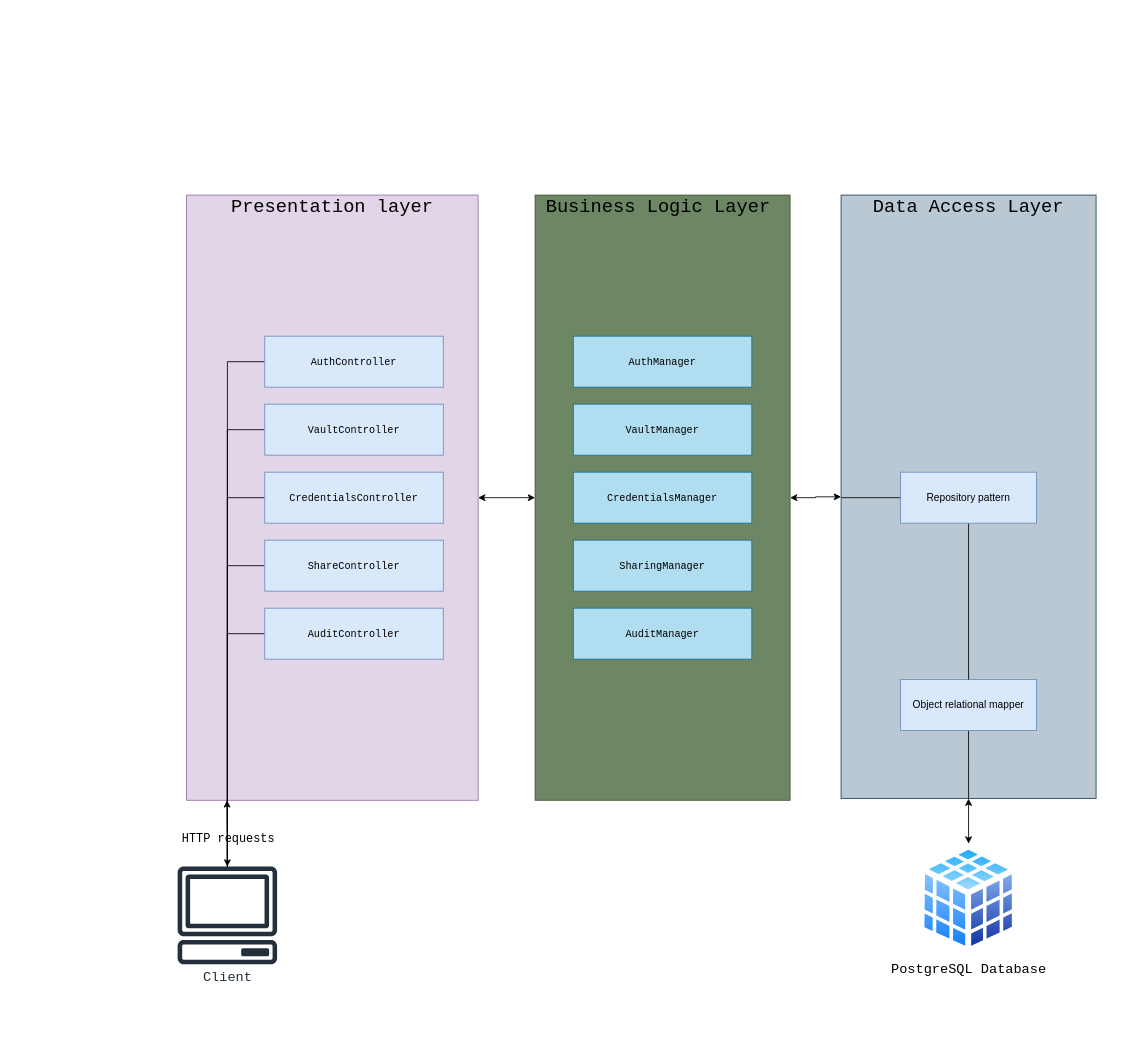
Above: diagrams/ArchitectureDiagram.drawio in pop9459/DataProcessing-PassMan (draw.io), before the change. Source tidied: cells renumbered, new cells numbered last; positions are measured from the earlier drawing's top-left corner, leaving out a move shared by most shapes. Both pictures are drawn from the tidied source at 85%, with x=0, y=0 at pixel (177, 195).
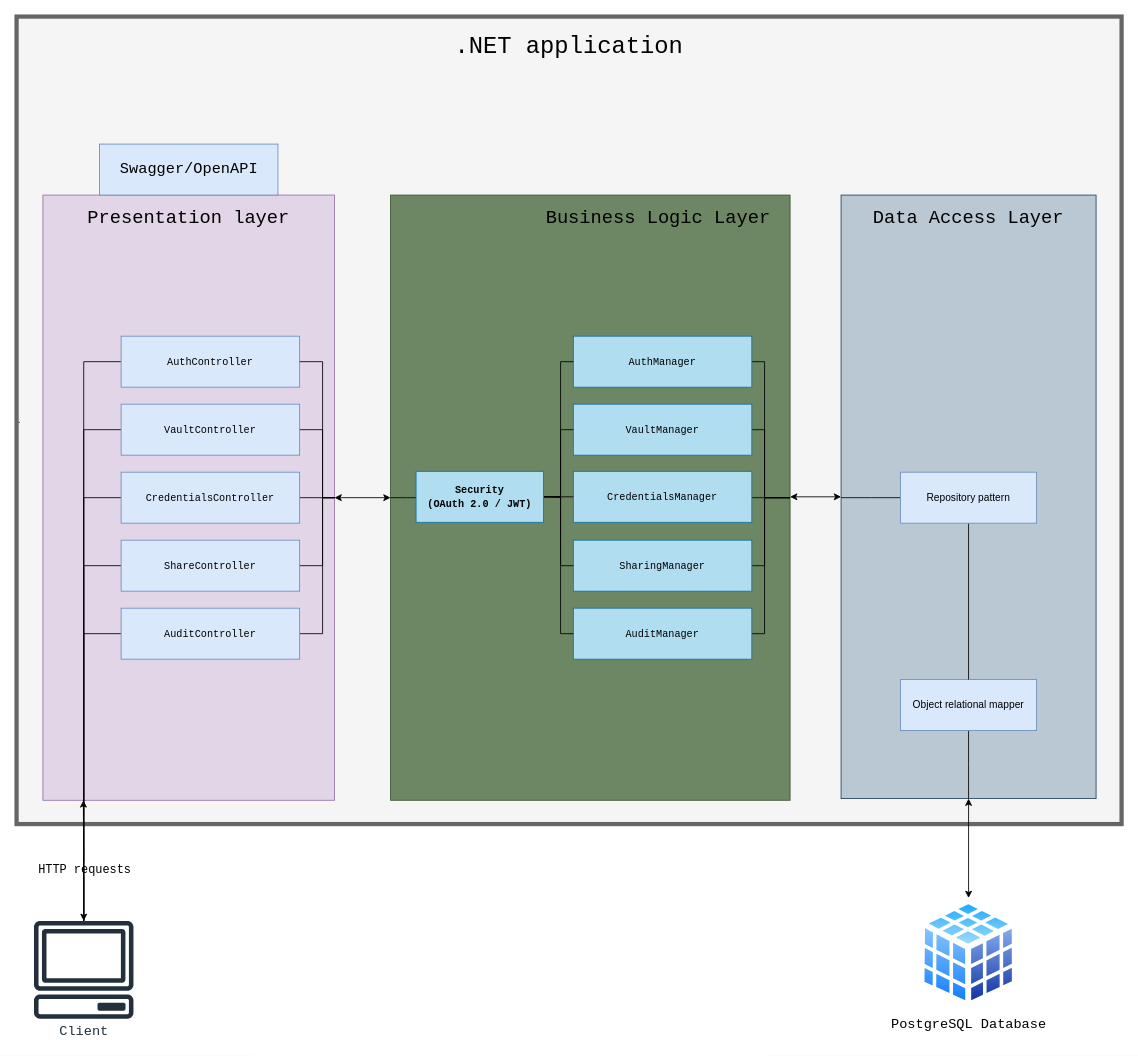
After the change.

Commit message:
added security + finalizations

Unchanged cells that the change refers to:
```xml
<mxCell id="20" value="&lt;font face=&quot;Courier New&quot;&gt;AuthManager&lt;/font&gt;" style="rounded=0;whiteSpace=wrap;html=1;fillColor=#b1ddf0;strokeColor=#10739e;" parent="1" vertex="1">
  <mxGeometry x="466" y="166" width="210" height="60" as="geometry" />
</mxCell>
<mxCell id="21" value="&lt;font face=&quot;Courier New&quot;&gt;VaultManager&lt;/font&gt;" style="rounded=0;whiteSpace=wrap;html=1;fillColor=#b1ddf0;strokeColor=#10739e;" parent="1" vertex="1">
  <mxGeometry x="466" y="246" width="210" height="60" as="geometry" />
</mxCell>
<mxCell id="24" value="&lt;h1&gt;&lt;br&gt;&lt;/h1&gt;" style="rounded=0;whiteSpace=wrap;html=1;align=left;fillColor=#bac8d3;strokeColor=#23445d;" parent="1" vertex="1">
  <mxGeometry x="781" width="300" height="710" as="geometry" />
</mxCell>
<mxCell id="26" value="&lt;div&gt;&lt;font face=&quot;Courier New&quot;&gt;AuditManager&lt;/font&gt;&lt;/div&gt;" style="rounded=0;whiteSpace=wrap;html=1;fillColor=#b1ddf0;strokeColor=#10739e;" parent="1" vertex="1">
  <mxGeometry x="466" y="486" width="210" height="60" as="geometry" />
</mxCell>
<mxCell id="27" value="&lt;div&gt;&lt;font face=&quot;Courier New&quot;&gt;SharingManager&lt;/font&gt;&lt;/div&gt;" style="rounded=0;whiteSpace=wrap;html=1;fillColor=#b1ddf0;strokeColor=#10739e;" parent="1" vertex="1">
  <mxGeometry x="466" y="406" width="210" height="60" as="geometry" />
</mxCell>
```

The edit, as a diff of the source:
```diff
@@
+    <mxCell id="35" value="." style="rounded=0;whiteSpace=wrap;html=1;align=left;fillColor=#f5f5f5;strokeColor=#666666;fontColor=#333333;strokeWidth=5;" parent="1" vertex="1">
+      <mxGeometry x="-189" y="-210" width="1300" height="950" as="geometry" />
+    </mxCell>
     <mxCell id="2" style="edgeStyle=orthogonalEdgeStyle;rounded=0;jettySize=auto;html=1;startArrow=classic;startFill=1;entryX=0.2;entryY=1;entryDx=0;entryDy=0;entryPerimeter=0;" parent="1" edge="1" source="4">
       <mxGeometry relative="1" as="geometry">
-        <mxPoint x="58.6" y="712" as="targetPoint" />
+        <mxPoint x="-110.4" y="712" as="targetPoint" />
       </mxGeometry>
     </mxCell>
@@
     <mxCell id="4" value="&lt;div&gt;&lt;font style=&quot;font-size: 16px;&quot;&gt;Client&lt;/font&gt;&lt;/div&gt;" style="sketch=0;outlineConnect=0;fontColor=#232F3E;gradientColor=none;fillColor=#232F3D;strokeColor=none;dashed=0;verticalLabelPosition=bottom;verticalAlign=top;align=center;html=1;fontSize=12;fontStyle=0;shape=mxgraph.aws4.client;fontFamily=Courier New;" parent="1" vertex="1">
-      <mxGeometry y="790" width="118" height="115" as="geometry" />
+      <mxGeometry x="-169" y="854" width="118" height="115" as="geometry" />
     </mxCell>
@@
     <mxCell id="6" value="&lt;h1&gt;&lt;br&gt;&lt;/h1&gt;" style="rounded=0;whiteSpace=wrap;html=1;align=left;fillColor=#e1d5e7;strokeColor=#9673a6;" parent="1" vertex="1">
-      <mxGeometry x="11" width="343" height="712" as="geometry" />
+      <mxGeometry x="-158" width="343" height="712" as="geometry" />
     </mxCell>
     <mxCell id="7" value="&lt;font face=&quot;Courier New&quot; style=&quot;font-size: 22px;&quot;&gt;Presentation layer&lt;/font&gt;" style="text;html=1;whiteSpace=wrap;strokeColor=none;fillColor=none;align=center;verticalAlign=middle;rounded=0;" parent="1" vertex="1">
-      <mxGeometry x="11" width="343" height="30" as="geometry" />
+      <mxGeometry x="-158" y="13" width="343" height="30" as="geometry" />
     </mxCell>
     <mxCell id="8" style="edgeStyle=orthogonalEdgeStyle;rounded=0;jettySize=auto;html=1;endArrow=none;endFill=0;" parent="1" edge="1" source="9" target="4">
       <mxGeometry relative="1" as="geometry">
         <Array as="points">
-          <mxPoint x="59" y="196" />
+          <mxPoint x="-110" y="196" />
         </Array>
       </mxGeometry>
     </mxCell>
     <mxCell id="9" value="&lt;font face=&quot;Courier New&quot;&gt;AuthController&lt;/font&gt;" style="rounded=0;whiteSpace=wrap;html=1;fillColor=#dae8fc;strokeColor=#6c8ebf;" parent="1" vertex="1">
-      <mxGeometry x="103" y="166" width="210" height="60" as="geometry" />
+      <mxGeometry x="-66" y="166" width="210" height="60" as="geometry" />
     </mxCell>
     <mxCell id="10" style="edgeStyle=orthogonalEdgeStyle;rounded=0;jettySize=auto;html=1;endArrow=none;endFill=0;" parent="1" edge="1" source="11" target="4">
       <mxGeometry relative="1" as="geometry">
         <Array as="points">
-          <mxPoint x="59" y="276" />
+          <mxPoint x="-110" y="276" />
         </Array>
       </mxGeometry>
     </mxCell>
+    <mxCell id="36" style="edgeStyle=orthogonalEdgeStyle;rounded=0;jettySize=auto;html=1;entryX=1;entryY=0.5;entryDx=0;entryDy=0;endArrow=none;endFill=0;" parent="1" edge="1" source="11" target="6">
+      <mxGeometry relative="1" as="geometry">
+        <Array as="points">
+          <mxPoint x="171" y="276" />
+          <mxPoint x="171" y="356" />
+        </Array>
+      </mxGeometry>
+    </mxCell>
     <mxCell id="11" value="&lt;font face=&quot;Courier New&quot;&gt;VaultController&lt;/font&gt;" style="rounded=0;whiteSpace=wrap;html=1;fillColor=#dae8fc;strokeColor=#6c8ebf;" parent="1" vertex="1">
-      <mxGeometry x="103" y="246" width="210" height="60" as="geometry" />
+      <mxGeometry x="-66" y="246" width="210" height="60" as="geometry" />
     </mxCell>
     <mxCell id="12" style="edgeStyle=orthogonalEdgeStyle;rounded=0;jettySize=auto;html=1;endArrow=none;endFill=0;" parent="1" edge="1" source="13" target="4">
       <mxGeometry relative="1" as="geometry">
         <Array as="points">
-          <mxPoint x="59" y="356" />
+          <mxPoint x="-110" y="356" />
         </Array>
       </mxGeometry>
     </mxCell>
+    <mxCell id="37" style="edgeStyle=orthogonalEdgeStyle;rounded=0;jettySize=auto;html=1;entryX=1;entryY=0.5;entryDx=0;entryDy=0;endArrow=none;endFill=0;" parent="1" edge="1" source="13" target="6">
+      <mxGeometry relative="1" as="geometry">
+        <Array as="points">
+          <mxPoint x="161" y="356" />
+          <mxPoint x="161" y="356" />
+        </Array>
+      </mxGeometry>
+    </mxCell>
     <mxCell id="13" value="&lt;font face=&quot;Courier New&quot;&gt;CredentialsController&lt;/font&gt;" style="rounded=0;whiteSpace=wrap;html=1;fillColor=#dae8fc;strokeColor=#6c8ebf;" parent="1" vertex="1">
-      <mxGeometry x="103" y="326" width="210" height="60" as="geometry" />
+      <mxGeometry x="-66" y="326" width="210" height="60" as="geometry" />
     </mxCell>
     <mxCell id="14" style="edgeStyle=orthogonalEdgeStyle;rounded=0;jettySize=auto;html=1;endArrow=none;endFill=0;" parent="1" edge="1" source="15" target="4">
       <mxGeometry relative="1" as="geometry">
         <Array as="points">
-          <mxPoint x="59" y="436" />
+          <mxPoint x="-110" y="436" />
         </Array>
       </mxGeometry>
     </mxCell>
+    <mxCell id="38" style="edgeStyle=orthogonalEdgeStyle;rounded=0;jettySize=auto;html=1;entryX=1;entryY=0.5;entryDx=0;entryDy=0;endArrow=none;endFill=0;" parent="1" edge="1" source="15" target="6">
+      <mxGeometry relative="1" as="geometry">
+        <Array as="points">
+          <mxPoint x="171" y="436" />
+          <mxPoint x="171" y="356" />
+        </Array>
+      </mxGeometry>
+    </mxCell>
     <mxCell id="15" value="&lt;font face=&quot;Courier New&quot;&gt;ShareController&lt;/font&gt;" style="rounded=0;whiteSpace=wrap;html=1;fillColor=#dae8fc;strokeColor=#6c8ebf;" parent="1" vertex="1">
-      <mxGeometry x="103" y="406" width="210" height="60" as="geometry" />
+      <mxGeometry x="-66" y="406" width="210" height="60" as="geometry" />
     </mxCell>
     <mxCell id="16" style="edgeStyle=orthogonalEdgeStyle;rounded=0;jettySize=auto;html=1;endArrow=none;endFill=0;" parent="1" edge="1" source="17" target="4">
       <mxGeometry relative="1" as="geometry">
         <Array as="points">
-          <mxPoint x="59" y="516" />
+          <mxPoint x="-110" y="516" />
         </Array>
       </mxGeometry>
     </mxCell>
+    <mxCell id="39" style="edgeStyle=orthogonalEdgeStyle;rounded=0;jettySize=auto;html=1;entryX=1;entryY=0.5;entryDx=0;entryDy=0;endArrow=none;endFill=0;" parent="1" edge="1" source="17" target="6">
+      <mxGeometry relative="1" as="geometry">
+        <Array as="points">
+          <mxPoint x="171" y="516" />
+          <mxPoint x="171" y="356" />
+        </Array>
+      </mxGeometry>
+    </mxCell>
     <mxCell id="17" value="&lt;font face=&quot;Courier New&quot;&gt;AuditController&lt;/font&gt;" style="rounded=0;whiteSpace=wrap;html=1;fillColor=#dae8fc;strokeColor=#6c8ebf;" parent="1" vertex="1">
-      <mxGeometry x="103" y="486" width="210" height="60" as="geometry" />
+      <mxGeometry x="-66" y="486" width="210" height="60" as="geometry" />
     </mxCell>
     <mxCell id="18" value="&lt;h1&gt;&lt;br&gt;&lt;/h1&gt;" style="rounded=0;whiteSpace=wrap;html=1;align=left;fillColor=#6d8764;fontColor=#ffffff;strokeColor=#3A5431;" parent="1" vertex="1">
-      <mxGeometry x="421" width="300" height="712" as="geometry" />
+      <mxGeometry x="251" width="470" height="712" as="geometry" />
     </mxCell>
     <mxCell id="19" value="&lt;font face=&quot;Courier New&quot; style=&quot;font-size: 22px;&quot;&gt;Business Logic Layer&lt;/font&gt;" style="text;html=1;whiteSpace=wrap;strokeColor=none;fillColor=none;align=center;verticalAlign=middle;rounded=0;" parent="1" vertex="1">
-      <mxGeometry x="421" width="290" height="30" as="geometry" />
+      <mxGeometry x="421" y="13" width="290" height="30" as="geometry" />
     </mxCell>
+    <mxCell id="40" style="edgeStyle=orthogonalEdgeStyle;rounded=0;jettySize=auto;html=1;entryX=1;entryY=0.5;entryDx=0;entryDy=0;endArrow=none;endFill=0;" parent="1" edge="1" source="20" target="18">
+      <mxGeometry relative="1" as="geometry">
+        <Array as="points">
+          <mxPoint x="691" y="196" />
+          <mxPoint x="691" y="356" />
+        </Array>
+      </mxGeometry>
+    </mxCell>
@@
+    <mxCell id="41" style="edgeStyle=orthogonalEdgeStyle;rounded=0;jettySize=auto;html=1;entryX=1;entryY=0.5;entryDx=0;entryDy=0;endArrow=none;endFill=0;" parent="1" edge="1" source="21" target="18">
+      <mxGeometry relative="1" as="geometry">
+        <Array as="points">
+          <mxPoint x="691" y="276" />
+          <mxPoint x="691" y="356" />
+        </Array>
+      </mxGeometry>
+    </mxCell>
@@
     <mxCell id="22" style="edgeStyle=orthogonalEdgeStyle;rounded=0;jettySize=auto;html=1;startArrow=classic;startFill=1;" parent="1" edge="1" source="24" target="18">
-      <mxGeometry relative="1" as="geometry" />
+      <mxGeometry relative="1" as="geometry">
+        <Array as="points">
+          <mxPoint x="741" y="355" />
+          <mxPoint x="741" y="355" />
+        </Array>
+      </mxGeometry>
     </mxCell>
@@
+    <mxCell id="42" style="edgeStyle=orthogonalEdgeStyle;rounded=0;jettySize=auto;html=1;entryX=1;entryY=0.5;entryDx=0;entryDy=0;endArrow=none;endFill=0;" parent="1" edge="1" source="25" target="18">
+      <mxGeometry relative="1" as="geometry">
+        <Array as="points">
+          <mxPoint x="651" y="356" />
+          <mxPoint x="651" y="356" />
+        </Array>
+      </mxGeometry>
+    </mxCell>
     <mxCell id="25" value="&lt;font face=&quot;Courier New&quot;&gt;CredentialsManager&lt;/font&gt;" style="rounded=0;whiteSpace=wrap;html=1;fillColor=#b1ddf0;strokeColor=#10739e;" parent="1" vertex="1">
-      <mxGeometry x="466" y="326" width="210" height="60" as="geometry" />
+      <mxGeometry x="466" y="325" width="210" height="60" as="geometry" />
     </mxCell>
+    <mxCell id="43" style="edgeStyle=orthogonalEdgeStyle;rounded=0;jettySize=auto;html=1;entryX=1;entryY=0.5;entryDx=0;entryDy=0;endArrow=none;endFill=0;" parent="1" edge="1" source="26" target="18">
+      <mxGeometry relative="1" as="geometry">
+        <Array as="points">
+          <mxPoint x="691" y="516" />
+          <mxPoint x="691" y="356" />
+        </Array>
+      </mxGeometry>
+    </mxCell>
@@
+    <mxCell id="44" style="edgeStyle=orthogonalEdgeStyle;rounded=0;jettySize=auto;html=1;entryX=1;entryY=0.5;entryDx=0;entryDy=0;endArrow=none;endFill=0;" parent="1" edge="1" source="27" target="18">
+      <mxGeometry relative="1" as="geometry">
+        <Array as="points">
+          <mxPoint x="691" y="436" />
+          <mxPoint x="691" y="356" />
+        </Array>
+      </mxGeometry>
+    </mxCell>
@@
     <mxCell id="28" value="&lt;font face=&quot;Courier New&quot; style=&quot;font-size: 22px;&quot;&gt;Data Access Layer&lt;/font&gt;" style="text;html=1;whiteSpace=wrap;strokeColor=none;fillColor=none;align=center;verticalAlign=middle;rounded=0;" parent="1" vertex="1">
-      <mxGeometry x="781" width="300" height="30" as="geometry" />
+      <mxGeometry x="781" y="13" width="300" height="30" as="geometry" />
     </mxCell>
     <mxCell id="29" value="&lt;font face=&quot;Courier New&quot; style=&quot;font-size: 16px;&quot;&gt;PostgreSQL Database&lt;/font&gt;" style="image;perimeter=ellipsePerimeter;html=1;align=center;shadow=0;dashed=0;spacingTop=3;image=img/lib/active_directory/database_cube.svg;" parent="1" vertex="1">
-      <mxGeometry x="872.5" y="763" width="117" height="130" as="geometry" />
+      <mxGeometry x="872.5" y="827" width="117" height="130" as="geometry" />
     </mxCell>
@@
+    <mxCell id="45" value="&lt;font style=&quot;font-size: 28px;&quot; face=&quot;Courier New&quot;&gt;.NET&lt;/font&gt;&lt;font style=&quot;font-size: 28px;&quot; face=&quot;Courier New&quot;&gt;&amp;nbsp;application&lt;/font&gt;" style="text;html=1;whiteSpace=wrap;strokeColor=none;fillColor=none;align=center;verticalAlign=middle;rounded=0;" parent="1" vertex="1">
+      <mxGeometry x="-189" y="-190" width="1300" height="30" as="geometry" />
+    </mxCell>
+    <mxCell id="46" value="&lt;font face=&quot;Courier New&quot; style=&quot;font-size: 18px;&quot;&gt;Swagger/OpenAPI&lt;/font&gt;" style="rounded=0;whiteSpace=wrap;html=1;fillColor=#dae8fc;strokeColor=#6c8ebf;" parent="1" vertex="1">
+      <mxGeometry x="-91.5" y="-60" width="210" height="60" as="geometry" />
+    </mxCell>
+    <mxCell id="47" style="edgeStyle=orthogonalEdgeStyle;rounded=0;jettySize=auto;html=1;entryX=1;entryY=0.5;entryDx=0;entryDy=0;endArrow=none;endFill=0;" parent="1" edge="1" source="9" target="6">
+      <mxGeometry relative="1" as="geometry">
+        <Array as="points">
+          <mxPoint x="171" y="196" />
+          <mxPoint x="171" y="356" />
+        </Array>
+      </mxGeometry>
+    </mxCell>
+    <mxCell id="48" style="edgeStyle=orthogonalEdgeStyle;rounded=0;jettySize=auto;html=1;entryX=0;entryY=0.5;entryDx=0;entryDy=0;endArrow=none;endFill=0;" parent="1" edge="1" source="54" target="18">
+      <mxGeometry relative="1" as="geometry">
+        <Array as="points">
+          <mxPoint x="271" y="356" />
+          <mxPoint x="271" y="356" />
+        </Array>
+      </mxGeometry>
+    </mxCell>
+    <mxCell id="49" style="edgeStyle=orthogonalEdgeStyle;rounded=0;jettySize=auto;html=1;entryX=0;entryY=0.5;entryDx=0;entryDy=0;endArrow=none;endFill=0;" parent="1" edge="1" source="54" target="20">
+      <mxGeometry relative="1" as="geometry">
+        <Array as="points">
+          <mxPoint x="451" y="355" />
+          <mxPoint x="451" y="196" />
+        </Array>
+      </mxGeometry>
+    </mxCell>
+    <mxCell id="50" style="edgeStyle=orthogonalEdgeStyle;rounded=0;jettySize=auto;html=1;entryX=0;entryY=0.5;entryDx=0;entryDy=0;endArrow=none;endFill=0;" parent="1" edge="1" source="54" target="21">
+      <mxGeometry relative="1" as="geometry">
+        <Array as="points">
+          <mxPoint x="451" y="355" />
+          <mxPoint x="451" y="276" />
+        </Array>
+      </mxGeometry>
+    </mxCell>
+    <mxCell id="51" style="edgeStyle=orthogonalEdgeStyle;rounded=0;jettySize=auto;html=1;endArrow=none;endFill=0;" parent="1" edge="1" source="54" target="25">
+      <mxGeometry relative="1" as="geometry" />
+    </mxCell>
+    <mxCell id="52" style="edgeStyle=orthogonalEdgeStyle;rounded=0;jettySize=auto;html=1;entryX=0;entryY=0.5;entryDx=0;entryDy=0;endArrow=none;endFill=0;" parent="1" edge="1" source="54" target="27">
+      <mxGeometry relative="1" as="geometry">
+        <Array as="points">
+          <mxPoint x="451" y="355" />
+          <mxPoint x="451" y="436" />
+        </Array>
+      </mxGeometry>
+    </mxCell>
+    <mxCell id="53" style="edgeStyle=orthogonalEdgeStyle;rounded=0;jettySize=auto;html=1;entryX=0;entryY=0.5;entryDx=0;entryDy=0;endArrow=none;endFill=0;" parent="1" edge="1" source="54" target="26">
+      <mxGeometry relative="1" as="geometry">
+        <Array as="points">
+          <mxPoint x="451" y="355" />
+          <mxPoint x="451" y="516" />
+        </Array>
+      </mxGeometry>
+    </mxCell>
+    <mxCell id="54" value="&lt;div&gt;&lt;font face=&quot;Courier New&quot;&gt;&lt;strong&gt;Security&lt;/strong&gt;&lt;/font&gt;&lt;/div&gt;&lt;div&gt;&lt;font face=&quot;Courier New&quot;&gt;&lt;strong&gt;(OAuth 2.0 / JWT)&lt;/strong&gt;&lt;/font&gt;&lt;/div&gt;" style="rounded=0;whiteSpace=wrap;html=1;fillColor=#b1ddf0;strokeColor=#10739e;" parent="1" vertex="1">
+      <mxGeometry x="281" y="325" width="150" height="60" as="geometry" />
+    </mxCell>
```
